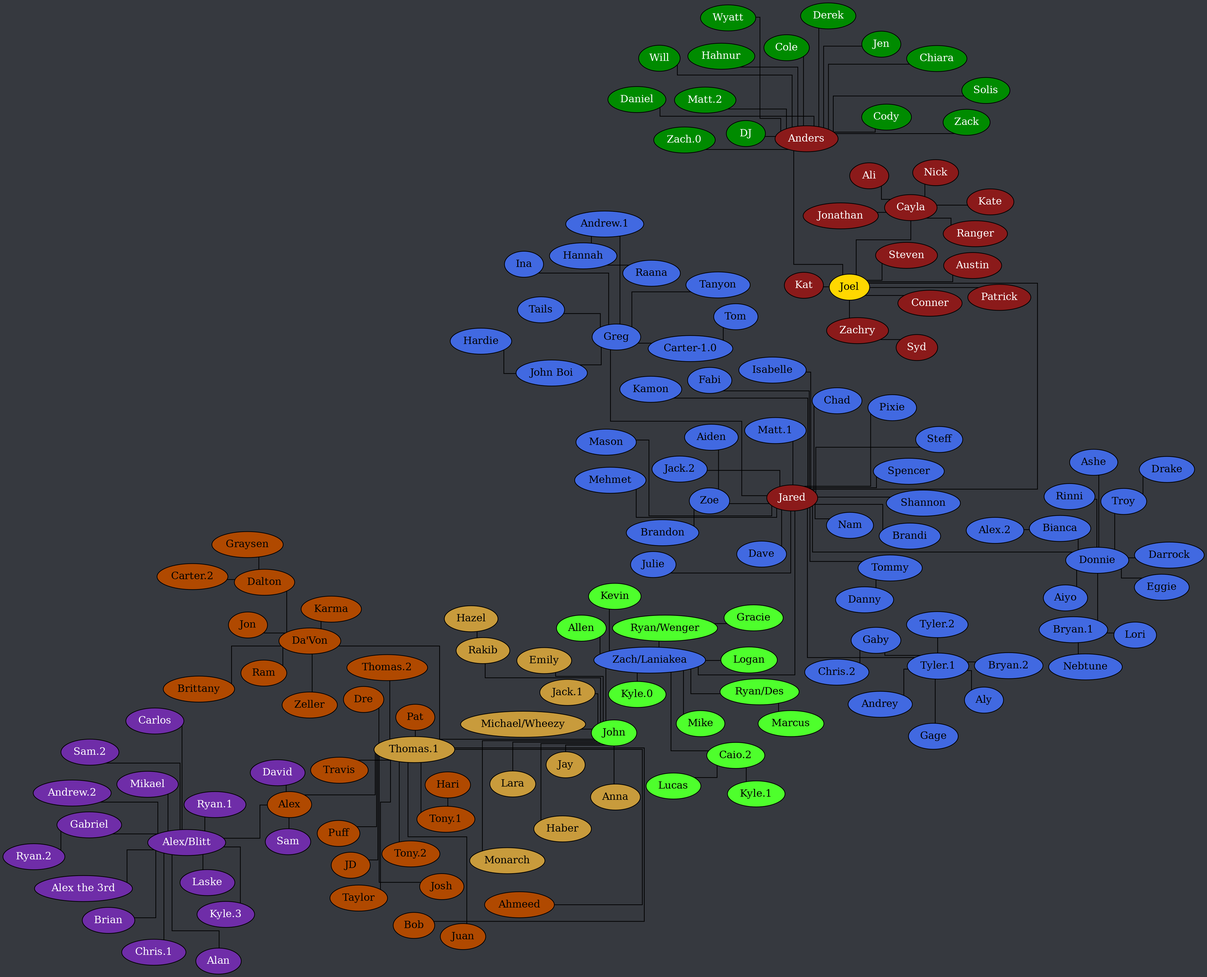
Before: tree.png, a diagram exported from Graphviz (Documidas/CoronaCatzFamilyTree). Its source is kept beside it as tree.dot.
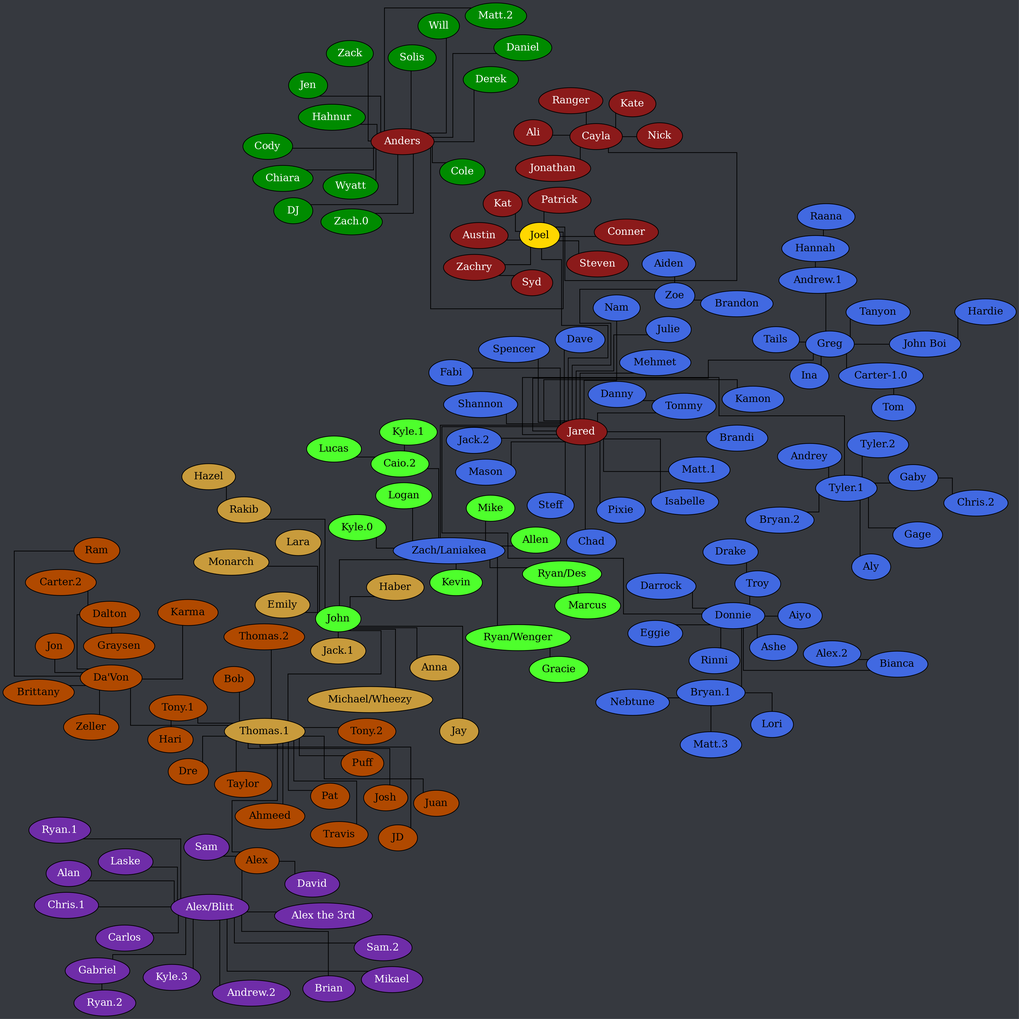
After the change.

The edit, as a diff of the source:
```diff
@@ -57,6 +57,7 @@
 		"Andrew.1" -- Hannah;
 		Bianca -- "Alex.2";
 		"Bryan.1" -- Lori;
+		"Bryan.1" -- "Matt.3";
 		"Bryan.1" -- Nebtune;
 		"Carter-1.0" -- Tom;
 		Donnie -- Aiyo;
```
